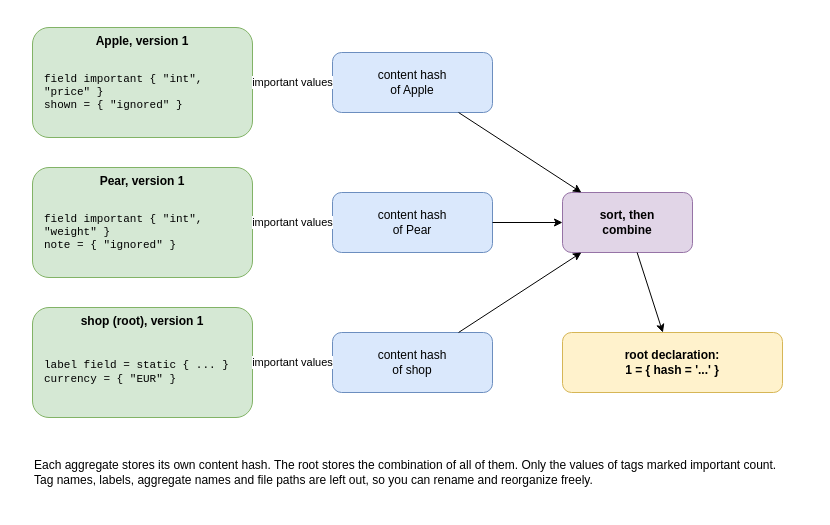
The draw.io diagram drawio/11_hash.drawio in goloveshin/galimatron_doc, before the edit. Source tidied: cells renumbered, new cells numbered last; positions are measured from the earlier drawing's top-left corner, leaving out a move shared by most shapes. Both pictures are drawn from the tidied source at 100%, with x=0, y=0 at pixel (32, 27).
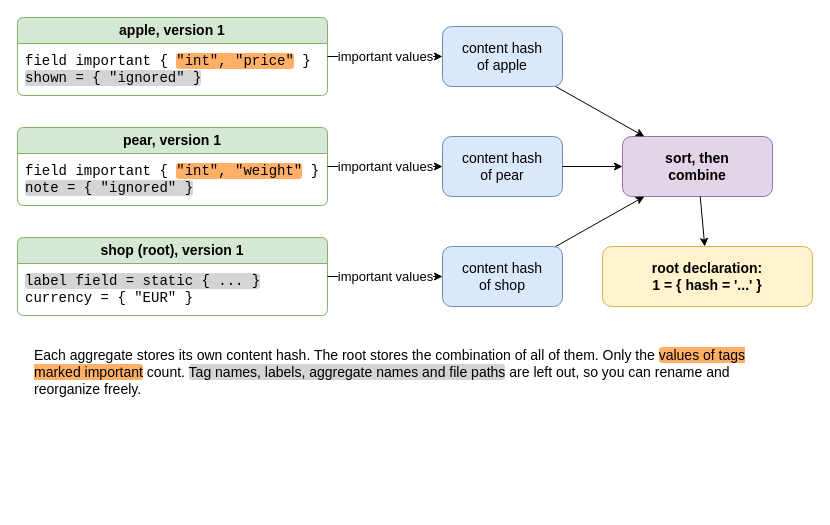
The same page after the edit.

Change to the diagram source:
```diff
@@
-    <mxCell id="2" value="Apple, version 1" style="rounded=1;whiteSpace=wrap;html=1;fillColor=#d5e8d4;strokeColor=#82b366;verticalAlign=top;fontStyle=1;" parent="1" vertex="1">
-      <mxGeometry width="220" height="110" as="geometry" />
+    <mxCell id="2" value="apple, version 1" style="swimlane;whiteSpace=wrap;html=1;rounded=1;arcSize=8;startSize=26;fillColor=#d5e8d4;strokeColor=#82b366;swimlaneFillColor=#ffffff;fontStyle=1;fontSize=14;align=center;" parent="1" vertex="1">
+      <mxGeometry x="-15" y="-10" width="310" height="78" as="geometry" />
     </mxCell>
-    <mxCell id="3" value="field important { &quot;int&quot;, &quot;price&quot; }&lt;br&gt;shown = { &quot;ignored&quot; }" style="text;html=1;whiteSpace=wrap;verticalAlign=middle;align=left;fontSize=11;fontFamily=Courier New;" parent="1" vertex="1">
-      <mxGeometry x="10" y="30" width="200" height="70" as="geometry" />
+    <mxCell id="3" value="field important { &lt;span style=&quot;background-color:#ffb066;border-radius:3px;&quot;&gt;&quot;int&quot;, &quot;price&quot;&lt;/span&gt; }&lt;br&gt;&lt;span style=&quot;background-color:#d4d4d4;border-radius:3px;&quot;&gt;shown = { &quot;ignored&quot; }&lt;/span&gt;" style="text;html=1;whiteSpace=wrap;verticalAlign=top;align=left;fontFamily=Courier New;fontSize=14;spacingLeft=6;spacingRight=4;spacingTop=3;" parent="2" vertex="1">
+      <mxGeometry y="26" width="310" height="52" as="geometry" />
     </mxCell>
-    <mxCell id="4" value="Pear, version 1" style="rounded=1;whiteSpace=wrap;html=1;fillColor=#d5e8d4;strokeColor=#82b366;verticalAlign=top;fontStyle=1;" parent="1" vertex="1">
-      <mxGeometry y="140" width="220" height="110" as="geometry" />
+    <mxCell id="4" value="pear, version 1" style="swimlane;whiteSpace=wrap;html=1;rounded=1;arcSize=8;startSize=26;fillColor=#d5e8d4;strokeColor=#82b366;swimlaneFillColor=#ffffff;fontStyle=1;fontSize=14;align=center;" parent="1" vertex="1">
+      <mxGeometry x="-15" y="100" width="310" height="78" as="geometry" />
     </mxCell>
-    <mxCell id="5" value="field important { &quot;int&quot;, &quot;weight&quot; }&lt;br&gt;note = { &quot;ignored&quot; }" style="text;html=1;whiteSpace=wrap;verticalAlign=middle;align=left;fontSize=11;fontFamily=Courier New;" parent="1" vertex="1">
-      <mxGeometry x="10" y="170" width="200" height="70" as="geometry" />
+    <mxCell id="5" value="field important { &lt;span style=&quot;background-color:#ffb066;border-radius:3px;&quot;&gt;&quot;int&quot;, &quot;weight&quot;&lt;/span&gt; }&lt;br&gt;&lt;span style=&quot;background-color:#d4d4d4;border-radius:3px;&quot;&gt;note = { &quot;ignored&quot; }&lt;/span&gt;" style="text;html=1;whiteSpace=wrap;verticalAlign=top;align=left;fontFamily=Courier New;fontSize=14;spacingLeft=6;spacingRight=4;spacingTop=3;" parent="4" vertex="1">
+      <mxGeometry y="26" width="310" height="52" as="geometry" />
     </mxCell>
-    <mxCell id="6" value="shop (root), version 1" style="rounded=1;whiteSpace=wrap;html=1;fillColor=#d5e8d4;strokeColor=#82b366;verticalAlign=top;fontStyle=1;" parent="1" vertex="1">
-      <mxGeometry y="280" width="220" height="110" as="geometry" />
+    <mxCell id="6" value="shop (root), version 1" style="swimlane;whiteSpace=wrap;html=1;rounded=1;arcSize=8;startSize=26;fillColor=#d5e8d4;strokeColor=#82b366;swimlaneFillColor=#ffffff;fontStyle=1;fontSize=14;align=center;" parent="1" vertex="1">
+      <mxGeometry x="-15" y="210" width="310" height="78" as="geometry" />
     </mxCell>
-    <mxCell id="7" value="label field = static { ... }&lt;br&gt;currency = { &quot;EUR&quot; }" style="text;html=1;whiteSpace=wrap;verticalAlign=middle;align=left;fontSize=11;fontFamily=Courier New;" parent="1" vertex="1">
-      <mxGeometry x="10" y="310" width="200" height="70" as="geometry" />
+    <mxCell id="7" value="&lt;span style=&quot;background-color:#d4d4d4;border-radius:3px;&quot;&gt;label field = static { ... }&lt;/span&gt;&lt;br&gt;currency = { &quot;EUR&quot; }" style="text;html=1;whiteSpace=wrap;verticalAlign=top;align=left;fontFamily=Courier New;fontSize=14;spacingLeft=6;spacingRight=4;spacingTop=3;" parent="6" vertex="1">
+      <mxGeometry y="26" width="310" height="52" as="geometry" />
     </mxCell>
-    <mxCell id="8" value="content hash&lt;br&gt;of Apple" style="rounded=1;whiteSpace=wrap;html=1;fillColor=#dae8fc;strokeColor=#6c8ebf;" parent="1" vertex="1">
-      <mxGeometry x="300" y="25" width="160" height="60" as="geometry" />
+    <mxCell id="8" value="content hash&lt;br&gt;of apple" style="rounded=1;whiteSpace=wrap;html=1;fillColor=#dae8fc;strokeColor=#6c8ebf;fontSize=14;" parent="1" vertex="1">
+      <mxGeometry x="410" y="-1" width="120" height="60" as="geometry" />
     </mxCell>
-    <mxCell id="9" value="content hash&lt;br&gt;of Pear" style="rounded=1;whiteSpace=wrap;html=1;fillColor=#dae8fc;strokeColor=#6c8ebf;" parent="1" vertex="1">
-      <mxGeometry x="300" y="165" width="160" height="60" as="geometry" />
+    <mxCell id="9" value="content hash&lt;br&gt;of pear" style="rounded=1;whiteSpace=wrap;html=1;fillColor=#dae8fc;strokeColor=#6c8ebf;fontSize=14;" parent="1" vertex="1">
+      <mxGeometry x="410" y="109" width="120" height="60" as="geometry" />
     </mxCell>
-    <mxCell id="10" value="content hash&lt;br&gt;of shop" style="rounded=1;whiteSpace=wrap;html=1;fillColor=#dae8fc;strokeColor=#6c8ebf;" parent="1" vertex="1">
-      <mxGeometry x="300" y="305" width="160" height="60" as="geometry" />
+    <mxCell id="10" value="content hash&lt;br&gt;of shop" style="rounded=1;whiteSpace=wrap;html=1;fillColor=#dae8fc;strokeColor=#6c8ebf;fontSize=14;" parent="1" vertex="1">
+      <mxGeometry x="410" y="219" width="120" height="60" as="geometry" />
     </mxCell>
-    <mxCell id="11" value="sort, then&lt;br&gt;combine" style="rounded=1;whiteSpace=wrap;html=1;fillColor=#e1d5e7;strokeColor=#9673a6;fontStyle=1;" parent="1" vertex="1">
-      <mxGeometry x="530" y="165" width="130" height="60" as="geometry" />
+    <mxCell id="11" value="sort, then&lt;br&gt;combine" style="rounded=1;whiteSpace=wrap;html=1;fillColor=#e1d5e7;strokeColor=#9673a6;fontStyle=1;fontSize=14;" parent="1" vertex="1">
+      <mxGeometry x="590" y="109" width="150" height="60" as="geometry" />
     </mxCell>
-    <mxCell id="12" value="root declaration:&lt;br&gt;1 = { hash = '...' }" style="rounded=1;whiteSpace=wrap;html=1;fillColor=#fff2cc;strokeColor=#d6b656;fontStyle=1;" parent="1" vertex="1">
-      <mxGeometry x="530" y="305" width="220" height="60" as="geometry" />
+    <mxCell id="12" value="root declaration:&lt;br&gt;1 = { hash = '...' }" style="rounded=1;whiteSpace=wrap;html=1;fillColor=#fff2cc;strokeColor=#d6b656;fontStyle=1;fontSize=14;" parent="1" vertex="1">
+      <mxGeometry x="570" y="219" width="210" height="60" as="geometry" />
     </mxCell>
-    <mxCell id="13" value="important values" style="endArrow=classic;html=1;labelBackgroundColor=#ffffff;edgeStyle=none;" parent="1" edge="1" source="2" target="8">
+    <mxCell id="13" value="important values" style="endArrow=classic;html=1;labelBackgroundColor=#ffffff;edgeStyle=none;fontSize=13;" parent="1" edge="1" source="2" target="8">
       <mxGeometry relative="1" as="geometry" />
     </mxCell>
-    <mxCell id="14" value="important values" style="endArrow=classic;html=1;labelBackgroundColor=#ffffff;edgeStyle=none;" parent="1" edge="1" source="4" target="9">
+    <mxCell id="14" value="important values" style="endArrow=classic;html=1;labelBackgroundColor=#ffffff;edgeStyle=none;fontSize=13;" parent="1" edge="1" source="4" target="9">
       <mxGeometry relative="1" as="geometry" />
     </mxCell>
-    <mxCell id="15" value="important values" style="endArrow=classic;html=1;labelBackgroundColor=#ffffff;edgeStyle=none;" parent="1" edge="1" source="6" target="10">
+    <mxCell id="15" value="important values" style="endArrow=classic;html=1;labelBackgroundColor=#ffffff;edgeStyle=none;fontSize=13;" parent="1" edge="1" source="6" target="10">
       <mxGeometry relative="1" as="geometry" />
     </mxCell>
@@
-    <mxCell id="20" value="Each aggregate stores its own content hash. The root stores the combination of all of them. Only the values of tags marked important count. Tag names, labels, aggregate names and file paths are left out, so you can rename and reorganize freely." style="text;html=1;whiteSpace=wrap;verticalAlign=middle;align=left;" parent="1" vertex="1">
-      <mxGeometry y="410" width="760" height="70" as="geometry" />
+    <mxCell id="20" value="Each aggregate stores its own content hash. The root stores the combination of all of them. Only the &lt;span style=&quot;background-color:#ffb066;border-radius:3px;&quot;&gt;values of tags marked important&lt;/span&gt; count. &lt;span style=&quot;background-color:#d4d4d4;border-radius:3px;&quot;&gt;Tag names, labels, aggregate names and file paths&lt;/span&gt; are left out, so you can rename and reorganize freely." style="text;html=1;whiteSpace=wrap;verticalAlign=middle;align=left;fontSize=14;" parent="1" vertex="1">
+      <mxGeometry y="310" width="760" height="70" as="geometry" />
     </mxCell>
```
